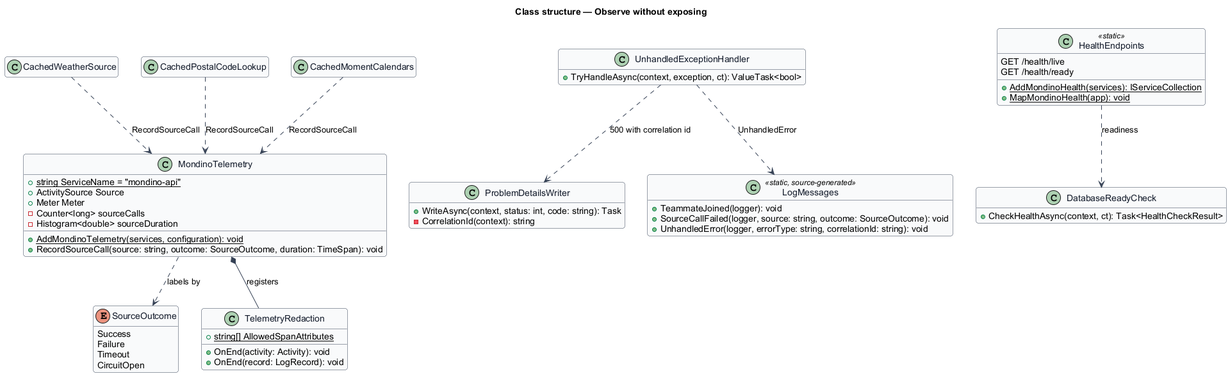
Above: docs/detailed-designs/platform/observe-without-exposing/diagrams/class-structure.png in QuinntyneBrown/Mondino (PlantUML), before the change. The source it was exported from:
```plantuml
@startuml
skinparam backgroundColor #FFFFFF
skinparam shadowing false
skinparam roundcorner 8
skinparam defaultFontName Arial
skinparam ArrowColor #344054
skinparam class {
  BorderColor #344054
  FontColor #101828
  BackgroundColor #F9FAFB
}
hide empty members
title Class structure — Observe without exposing

class MondinoTelemetry {
  +{static} string ServiceName = "mondino-api"
  +ActivitySource Source
  +Meter Meter
  -Counter<long> sourceCalls
  -Histogram<double> sourceDuration
  +{static} AddMondinoTelemetry(services, configuration): void
  +RecordSourceCall(source: string, outcome: SourceOutcome, duration: TimeSpan): void
}

enum SourceOutcome {
  Success
  Failure
  Timeout
  CircuitOpen
}

class TelemetryRedaction {
  +{static} string[] AllowedSpanAttributes
  +OnEnd(activity: Activity): void
  +OnEnd(record: LogRecord): void
}

class UnhandledExceptionHandler {
  +TryHandleAsync(context, exception, ct): ValueTask<bool>
}

class ProblemDetailsWriter {
  +WriteAsync(context, status: int, code: string): Task
  -CorrelationId(context): string
}

class LogMessages <<static, source-generated>> {
  +TeammateJoined(logger): void
  +SourceCallFailed(logger, source: string, outcome: SourceOutcome): void
  +UnhandledError(logger, errorType: string, correlationId: string): void
}

class HealthEndpoints <<static>> {
  +{static} AddMondinoHealth(services): IServiceCollection
  +{static} MapMondinoHealth(app): void
  GET /health/live
  GET /health/ready
}

class DatabaseReadyCheck {
  +CheckHealthAsync(context, ct): Task<HealthCheckResult>
}

class CachedWeatherSource {
}
class CachedPostalCodeLookup {
}
class CachedMomentCalendars {
}

MondinoTelemetry ..> SourceOutcome : labels by
MondinoTelemetry *-- TelemetryRedaction : registers
CachedWeatherSource ..> MondinoTelemetry : RecordSourceCall
CachedPostalCodeLookup ..> MondinoTelemetry : RecordSourceCall
CachedMomentCalendars ..> MondinoTelemetry : RecordSourceCall
UnhandledExceptionHandler ..> LogMessages : UnhandledError
UnhandledExceptionHandler ..> ProblemDetailsWriter : 500 with correlation id
HealthEndpoints ..> DatabaseReadyCheck : readiness
@enduml
```
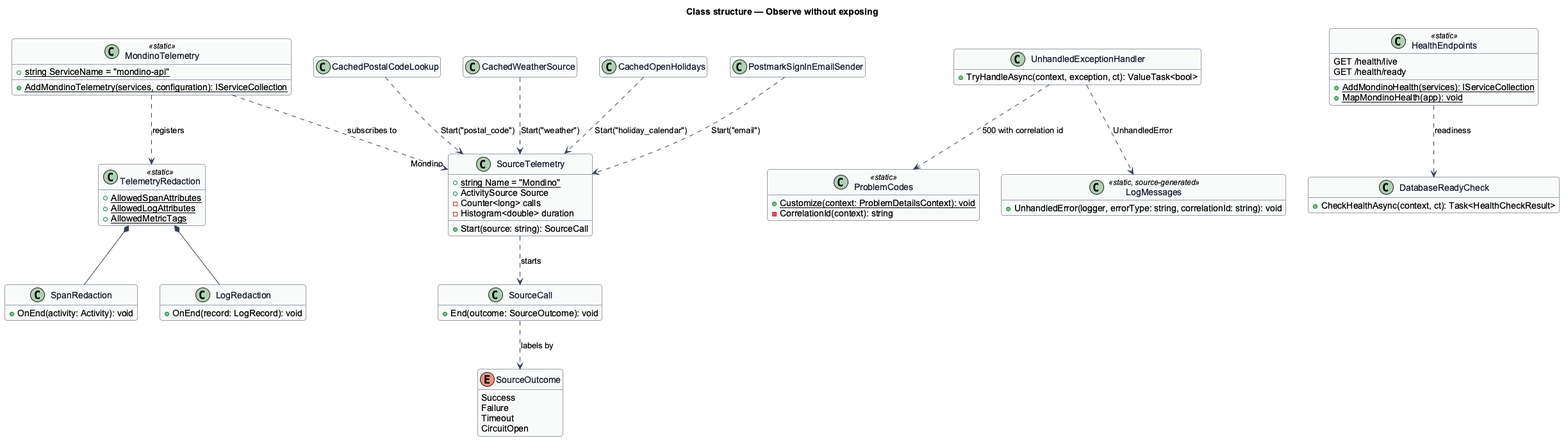
After the commit.

Diff of the diagram source:
```diff
@@ -12,14 +12,21 @@
 hide empty members
 title Class structure — Observe without exposing
 
-class MondinoTelemetry {
+class MondinoTelemetry <<static>> {
   +{static} string ServiceName = "mondino-api"
+  +{static} AddMondinoTelemetry(services, configuration): IServiceCollection
+}
+
+class SourceTelemetry {
+  +{static} string Name = "Mondino"
   +ActivitySource Source
-  +Meter Meter
-  -Counter<long> sourceCalls
-  -Histogram<double> sourceDuration
-  +{static} AddMondinoTelemetry(services, configuration): void
-  +RecordSourceCall(source: string, outcome: SourceOutcome, duration: TimeSpan): void
+  -Counter<long> calls
+  -Histogram<double> duration
+  +Start(source: string): SourceCall
+}
+
+class SourceCall {
+  +End(outcome: SourceOutcome): void
 }
 
 enum SourceOutcome {
@@ -29,9 +36,17 @@
   CircuitOpen
 }
 
-class TelemetryRedaction {
-  +{static} string[] AllowedSpanAttributes
+class TelemetryRedaction <<static>> {
+  +{static} AllowedSpanAttributes
+  +{static} AllowedLogAttributes
+  +{static} AllowedMetricTags
+}
+
+class SpanRedaction {
   +OnEnd(activity: Activity): void
+}
+
+class LogRedaction {
   +OnEnd(record: LogRecord): void
 }
 
@@ -39,14 +54,12 @@
   +TryHandleAsync(context, exception, ct): ValueTask<bool>
 }
 
-class ProblemDetailsWriter {
-  +WriteAsync(context, status: int, code: string): Task
+class ProblemCodes <<static>> {
+  +{static} Customize(context: ProblemDetailsContext): void
   -CorrelationId(context): string
 }
 
 class LogMessages <<static, source-generated>> {
-  +TeammateJoined(logger): void
-  +SourceCallFailed(logger, source: string, outcome: SourceOutcome): void
   +UnhandledError(logger, errorType: string, correlationId: string): void
 }
 
@@ -61,19 +74,26 @@
   +CheckHealthAsync(context, ct): Task<HealthCheckResult>
 }
 
+class CachedPostalCodeLookup {
+}
 class CachedWeatherSource {
 }
-class CachedPostalCodeLookup {
+class CachedOpenHolidays {
 }
-class CachedMomentCalendars {
+class PostmarkSignInEmailSender {
 }
 
-MondinoTelemetry ..> SourceOutcome : labels by
-MondinoTelemetry *-- TelemetryRedaction : registers
-CachedWeatherSource ..> MondinoTelemetry : RecordSourceCall
-CachedPostalCodeLookup ..> MondinoTelemetry : RecordSourceCall
-CachedMomentCalendars ..> MondinoTelemetry : RecordSourceCall
+SourceTelemetry ..> SourceCall : starts
+SourceCall ..> SourceOutcome : labels by
+MondinoTelemetry ..> SourceTelemetry : subscribes to "Mondino"
+MondinoTelemetry ..> TelemetryRedaction : registers
+TelemetryRedaction *-- SpanRedaction
+TelemetryRedaction *-- LogRedaction
+CachedPostalCodeLookup ..> SourceTelemetry : Start("postal_code")
+CachedWeatherSource ..> SourceTelemetry : Start("weather")
+CachedOpenHolidays ..> SourceTelemetry : Start("holiday_calendar")
+PostmarkSignInEmailSender ..> SourceTelemetry : Start("email")
 UnhandledExceptionHandler ..> LogMessages : UnhandledError
-UnhandledExceptionHandler ..> ProblemDetailsWriter : 500 with correlation id
+UnhandledExceptionHandler ..> ProblemCodes : 500 with correlation id
 HealthEndpoints ..> DatabaseReadyCheck : readiness
 @enduml
```
